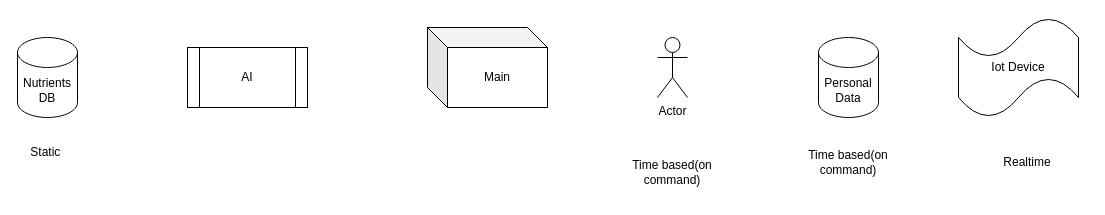
Earlier version of the draw.io diagram flow.drawio (UzzyCodeGround/responsive-design-work). Source tidied: cells renumbered, new cells numbered last; positions are measured from the earlier drawing's top-left corner, leaving out a move shared by most shapes. Both pictures are drawn from the tidied source at 100%, with x=0, y=0 at pixel (17, 17).
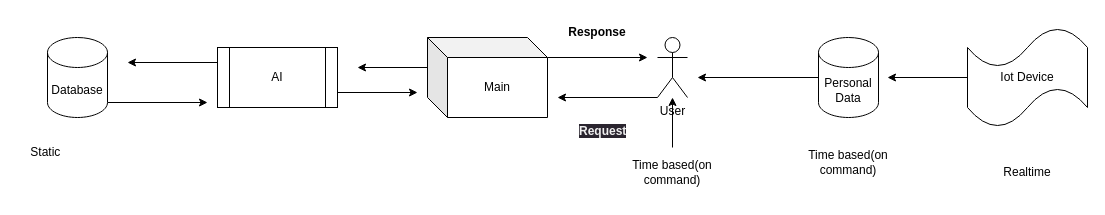
Above is the later version.

The change refers to these unchanged cells:
```xml
<mxCell id="6" value="Personal&lt;br&gt;Data" style="shape=cylinder3;whiteSpace=wrap;html=1;boundedLbl=1;backgroundOutline=1;size=15;" parent="1" vertex="1">
  <mxGeometry x="801" y="20" width="60" height="80" as="geometry" />
</mxCell>
<mxCell id="11" value="Time based(on command)" style="text;html=1;strokeColor=none;fillColor=none;align=center;verticalAlign=middle;whiteSpace=wrap;rounded=0;" parent="1" vertex="1">
  <mxGeometry x="595" y="130" width="120" height="50" as="geometry" />
</mxCell>
```

The edit, as a diff of the source:
```diff
@@
+    <mxCell id="12" style="edgeStyle=none;html=1;exitX=0;exitY=0;exitDx=120;exitDy=20;exitPerimeter=0;" parent="1" edge="1" source="2">
+      <mxGeometry relative="1" as="geometry">
+        <mxPoint x="630" y="40" as="targetPoint" />
+      </mxGeometry>
+    </mxCell>
+    <mxCell id="13" style="edgeStyle=none;html=1;exitX=0;exitY=0;exitDx=0;exitDy=30;exitPerimeter=0;" parent="1" edge="1" source="2">
+      <mxGeometry relative="1" as="geometry">
+        <mxPoint x="340" y="50" as="targetPoint" />
+      </mxGeometry>
+    </mxCell>
     <mxCell id="2" value="Main" style="shape=cube;whiteSpace=wrap;html=1;boundedLbl=1;backgroundOutline=1;darkOpacity=0.05;darkOpacity2=0.1;" parent="1" vertex="1">
-      <mxGeometry x="410" y="10" width="120" height="80" as="geometry" />
+      <mxGeometry x="410" y="20" width="120" height="80" as="geometry" />
     </mxCell>
+    <mxCell id="14" style="edgeStyle=none;html=1;exitX=1;exitY=1;exitDx=0;exitDy=-15;exitPerimeter=0;" parent="1" edge="1" source="3">
+      <mxGeometry relative="1" as="geometry">
+        <mxPoint x="190" y="85" as="targetPoint" />
+      </mxGeometry>
+    </mxCell>
-    <mxCell id="3" value="Nutrients DB" style="shape=cylinder3;whiteSpace=wrap;html=1;boundedLbl=1;backgroundOutline=1;size=15;" parent="1" vertex="1">
-      <mxGeometry y="20" width="60" height="80" as="geometry" />
+    <mxCell id="3" value="Database" style="shape=cylinder3;whiteSpace=wrap;html=1;boundedLbl=1;backgroundOutline=1;size=15;" parent="1" vertex="1">
+      <mxGeometry x="30" y="20" width="60" height="80" as="geometry" />
     </mxCell>
+    <mxCell id="15" style="edgeStyle=none;html=1;exitX=1;exitY=0.75;exitDx=0;exitDy=0;" parent="1" edge="1" source="4">
+      <mxGeometry relative="1" as="geometry">
+        <mxPoint x="400" y="75" as="targetPoint" />
+      </mxGeometry>
+    </mxCell>
+    <mxCell id="16" style="edgeStyle=none;html=1;exitX=0;exitY=0.25;exitDx=0;exitDy=0;" parent="1" edge="1" source="4">
+      <mxGeometry relative="1" as="geometry">
+        <mxPoint x="110" y="45" as="targetPoint" />
+      </mxGeometry>
+    </mxCell>
     <mxCell id="4" value="AI" style="shape=process;whiteSpace=wrap;html=1;backgroundOutline=1;" parent="1" vertex="1">
-      <mxGeometry x="170" y="30" width="120" height="60" as="geometry" />
+      <mxGeometry x="200" y="30" width="120" height="60" as="geometry" />
     </mxCell>
+    <mxCell id="17" style="edgeStyle=none;html=1;exitX=0;exitY=1;exitDx=0;exitDy=0;exitPerimeter=0;" parent="1" edge="1" source="5">
+      <mxGeometry relative="1" as="geometry">
+        <mxPoint x="540" y="80" as="targetPoint" />
+      </mxGeometry>
+    </mxCell>
-    <mxCell id="5" value="Actor" style="shape=umlActor;verticalLabelPosition=bottom;verticalAlign=top;html=1;outlineConnect=0;" parent="1" vertex="1">
+    <mxCell id="5" value="User" style="shape=umlActor;verticalLabelPosition=bottom;verticalAlign=top;html=1;outlineConnect=0;" parent="1" vertex="1">
       <mxGeometry x="640" y="20" width="30" height="60" as="geometry" />
     </mxCell>
+    <mxCell id="18" style="edgeStyle=none;html=1;" parent="1" edge="1" source="6">
+      <mxGeometry relative="1" as="geometry">
+        <mxPoint x="680" y="60" as="targetPoint" />
+      </mxGeometry>
+    </mxCell>
@@
+    <mxCell id="19" style="edgeStyle=none;html=1;" parent="1" edge="1" source="7">
+      <mxGeometry relative="1" as="geometry">
+        <mxPoint x="870" y="60" as="targetPoint" />
+      </mxGeometry>
+    </mxCell>
     <mxCell id="7" value="Iot Device" style="shape=tape;whiteSpace=wrap;html=1;" parent="1" vertex="1">
-      <mxGeometry x="941" width="120" height="100" as="geometry" />
+      <mxGeometry x="950" y="10" width="120" height="100" as="geometry" />
     </mxCell>
@@
     <mxCell id="9" value="Realtime" style="text;html=1;strokeColor=none;fillColor=none;align=center;verticalAlign=middle;whiteSpace=wrap;rounded=0;" parent="1" vertex="1">
-      <mxGeometry x="980" y="130" width="60" height="30" as="geometry" />
+      <mxGeometry x="980" y="140" width="60" height="30" as="geometry" />
     </mxCell>
@@
+    <mxCell id="20" style="edgeStyle=none;html=1;" parent="1" edge="1" source="11" target="5">
+      <mxGeometry relative="1" as="geometry" />
+    </mxCell>
@@
+    <mxCell id="21" value="&lt;b&gt;Response&lt;/b&gt;" style="text;html=1;strokeColor=none;fillColor=none;align=center;verticalAlign=middle;whiteSpace=wrap;rounded=0;" parent="1" vertex="1">
+      <mxGeometry x="550" width="60" height="30" as="geometry" />
+    </mxCell>
+    <mxCell id="22" value="&lt;b style=&quot;border-color: rgb(0, 0, 0); color: rgb(240, 240, 240); font-family: Helvetica; font-size: 12px; font-style: normal; font-variant-ligatures: normal; font-variant-caps: normal; letter-spacing: normal; orphans: 2; text-align: center; text-indent: 0px; text-transform: none; widows: 2; word-spacing: 0px; -webkit-text-stroke-width: 0px; background-color: rgb(42, 37, 47); text-decoration-thickness: initial; text-decoration-style: initial; text-decoration-color: initial;&quot;&gt;Request&lt;/b&gt;" style="text;whiteSpace=wrap;html=1;" parent="1" vertex="1">
+      <mxGeometry x="560" y="100" width="90" height="40" as="geometry" />
+    </mxCell>
```
